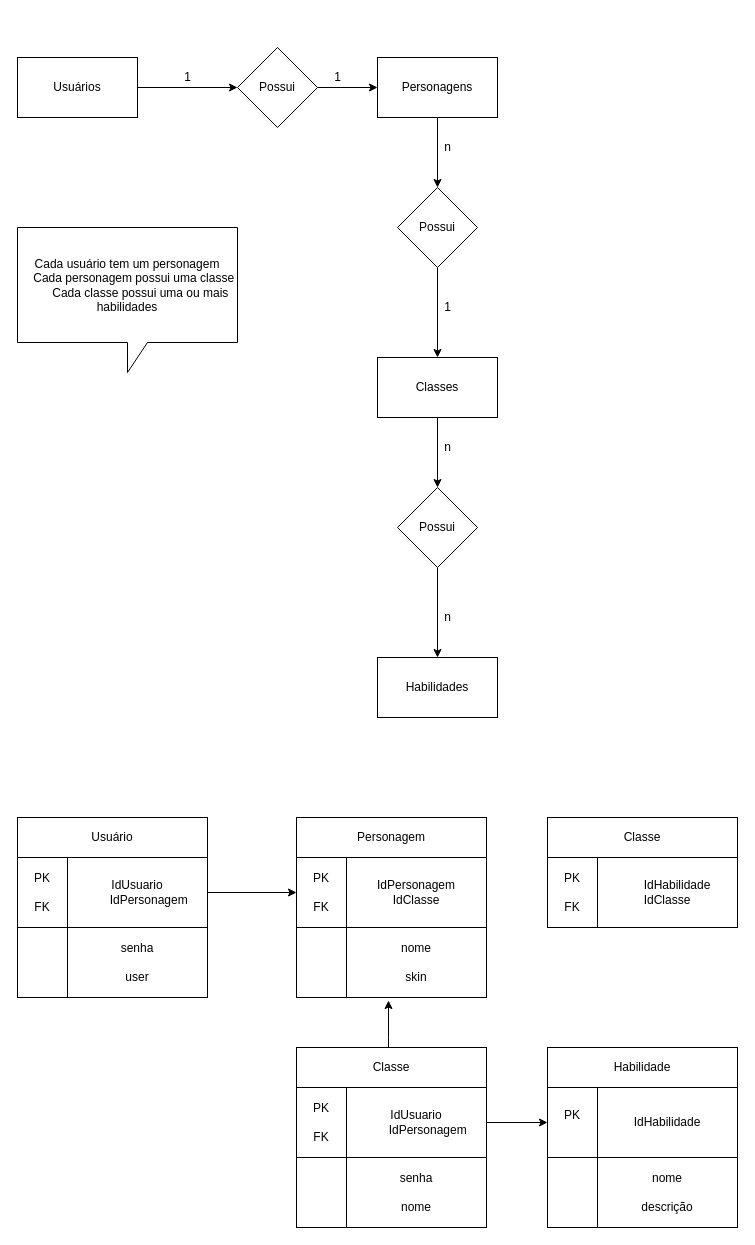
Earlier version of the draw.io diagram Diagrama sem nome.drawio (flaviogalante/trabalho-colaborativo-senai). Source tidied: cells renumbered, new cells numbered last; positions are measured from the earlier drawing's top-left corner, leaving out a move shared by most shapes. Both pictures are drawn from the tidied source at 100%, with x=0, y=0 at pixel (17, 47).
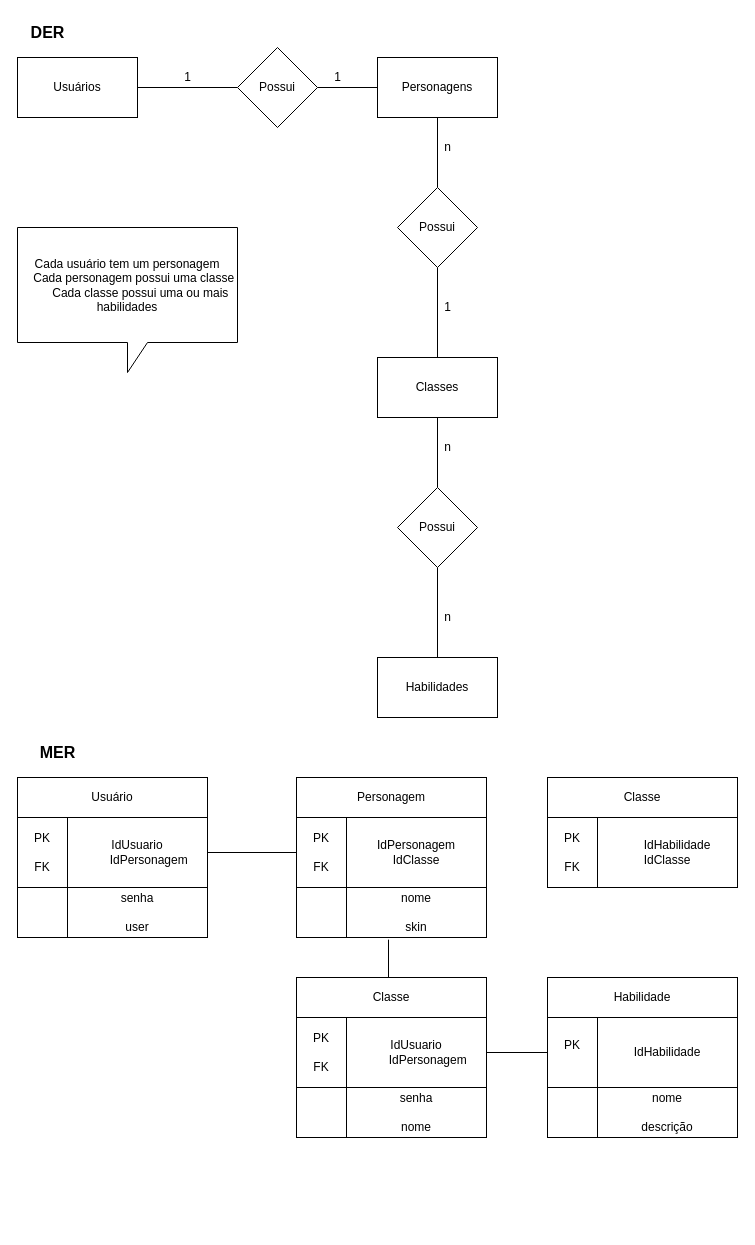
The same page after the edit.

Unchanged cells that the change refers to:
```xml
<mxCell id="3" value="Usuários" style="rounded=0;whiteSpace=wrap;html=1;" parent="1" vertex="1">
  <mxGeometry y="10" width="120" height="60" as="geometry" />
</mxCell>
<mxCell id="5" value="Possui" style="rhombus;whiteSpace=wrap;html=1;rounded=0;" parent="1" vertex="1">
  <mxGeometry x="220" width="80" height="80" as="geometry" />
</mxCell>
<mxCell id="7" value="Personagens" style="whiteSpace=wrap;html=1;rounded=0;" parent="1" vertex="1">
  <mxGeometry x="360" y="10" width="120" height="60" as="geometry" />
</mxCell>
<mxCell id="9" value="Possui" style="rhombus;whiteSpace=wrap;html=1;rounded=0;" parent="1" vertex="1">
  <mxGeometry x="380" y="140" width="80" height="80" as="geometry" />
</mxCell>
<mxCell id="11" value="Classes" style="whiteSpace=wrap;html=1;rounded=0;" parent="1" vertex="1">
  <mxGeometry x="360" y="310" width="120" height="60" as="geometry" />
</mxCell>
<mxCell id="13" value="Possui" style="rhombus;whiteSpace=wrap;html=1;rounded=0;" parent="1" vertex="1">
  <mxGeometry x="380" y="440" width="80" height="80" as="geometry" />
</mxCell>
<mxCell id="14" value="Habilidades" style="whiteSpace=wrap;html=1;rounded=0;" parent="1" vertex="1">
  <mxGeometry x="360" y="610" width="120" height="60" as="geometry" />
</mxCell>
```

What changed in the source:
```diff
@@
-    <mxCell id="2" style="edgeStyle=orthogonalEdgeStyle;rounded=0;jettySize=auto;html=1;" parent="1" edge="1" source="3" target="5">
+    <mxCell id="2" style="edgeStyle=orthogonalEdgeStyle;rounded=0;jettySize=auto;html=1;startArrow=none;startFill=0;endArrow=none;endFill=0;" parent="1" edge="1" source="3" target="5">
       <mxGeometry relative="1" as="geometry" />
     </mxCell>
@@
-    <mxCell id="4" style="edgeStyle=orthogonalEdgeStyle;rounded=0;jettySize=auto;html=1;" parent="1" edge="1" source="5" target="7">
+    <mxCell id="4" style="edgeStyle=orthogonalEdgeStyle;rounded=0;jettySize=auto;html=1;endArrow=none;endFill=0;" parent="1" edge="1" source="5" target="7">
       <mxGeometry relative="1" as="geometry" />
     </mxCell>
@@
-    <mxCell id="6" style="edgeStyle=orthogonalEdgeStyle;rounded=0;jettySize=auto;html=1;" parent="1" edge="1" source="7" target="9">
+    <mxCell id="6" style="edgeStyle=orthogonalEdgeStyle;rounded=0;jettySize=auto;html=1;endArrow=none;endFill=0;" parent="1" edge="1" source="7" target="9">
       <mxGeometry relative="1" as="geometry" />
     </mxCell>
@@
-    <mxCell id="8" style="edgeStyle=orthogonalEdgeStyle;rounded=0;jettySize=auto;html=1;" parent="1" edge="1" source="9" target="11">
+    <mxCell id="8" style="edgeStyle=orthogonalEdgeStyle;rounded=0;jettySize=auto;html=1;endArrow=none;endFill=0;" parent="1" edge="1" source="9" target="11">
       <mxGeometry relative="1" as="geometry" />
     </mxCell>
@@
-    <mxCell id="10" style="edgeStyle=orthogonalEdgeStyle;rounded=0;jettySize=auto;html=1;" parent="1" edge="1" source="11" target="13">
+    <mxCell id="10" style="edgeStyle=orthogonalEdgeStyle;rounded=0;jettySize=auto;html=1;endArrow=none;endFill=0;" parent="1" edge="1" source="11" target="13">
       <mxGeometry relative="1" as="geometry" />
     </mxCell>
@@
-    <mxCell id="12" style="edgeStyle=orthogonalEdgeStyle;rounded=0;jettySize=auto;html=1;" parent="1" edge="1" source="13" target="14">
+    <mxCell id="12" style="edgeStyle=orthogonalEdgeStyle;rounded=0;jettySize=auto;html=1;endArrow=none;endFill=0;" parent="1" edge="1" source="13" target="14">
       <mxGeometry relative="1" as="geometry" />
     </mxCell>
@@
     <mxCell id="22" value="Usuário" style="rounded=0;whiteSpace=wrap;html=1;" parent="1" vertex="1">
-      <mxGeometry y="770" width="190" height="40" as="geometry" />
+      <mxGeometry y="730" width="190" height="40" as="geometry" />
     </mxCell>
     <mxCell id="23" value="PK&lt;br&gt;&lt;br&gt;FK" style="rounded=0;whiteSpace=wrap;html=1;" parent="1" vertex="1">
-      <mxGeometry y="810" width="50" height="70" as="geometry" />
+      <mxGeometry y="770" width="50" height="70" as="geometry" />
     </mxCell>
-    <mxCell id="24" style="edgeStyle=orthogonalEdgeStyle;rounded=0;jettySize=auto;html=1;entryX=0;entryY=0.5;entryDx=0;entryDy=0;" parent="1" edge="1" source="25" target="29">
+    <mxCell id="24" style="edgeStyle=orthogonalEdgeStyle;rounded=0;jettySize=auto;html=1;entryX=0;entryY=0.5;entryDx=0;entryDy=0;endArrow=none;endFill=0;" parent="1" edge="1" source="25" target="29">
       <mxGeometry relative="1" as="geometry" />
     </mxCell>
     <mxCell id="25" value="IdUsuario&lt;br&gt;&amp;nbsp; &amp;nbsp; &amp;nbsp; &amp;nbsp;IdPersonagem" style="rounded=0;whiteSpace=wrap;html=1;" parent="1" vertex="1">
-      <mxGeometry x="50" y="810" width="140" height="70" as="geometry" />
+      <mxGeometry x="50" y="770" width="140" height="70" as="geometry" />
     </mxCell>
     <mxCell id="26" style="rounded=0;whiteSpace=wrap;html=1;" parent="1" vertex="1">
-      <mxGeometry y="880" width="50" height="70" as="geometry" />
+      <mxGeometry y="840" width="50" height="50" as="geometry" />
     </mxCell>
     <mxCell id="27" value="senha&lt;br&gt;&lt;br&gt;user" style="rounded=0;whiteSpace=wrap;html=1;" parent="1" vertex="1">
-      <mxGeometry x="50" y="880" width="140" height="70" as="geometry" />
+      <mxGeometry x="50" y="840" width="140" height="50" as="geometry" />
     </mxCell>
     <mxCell id="28" value="Personagem" style="rounded=0;whiteSpace=wrap;html=1;" parent="1" vertex="1">
-      <mxGeometry x="279" y="770" width="190" height="40" as="geometry" />
+      <mxGeometry x="279" y="730" width="190" height="40" as="geometry" />
     </mxCell>
     <mxCell id="29" value="PK&lt;br&gt;&lt;br&gt;FK" style="rounded=0;whiteSpace=wrap;html=1;" parent="1" vertex="1">
-      <mxGeometry x="279" y="810" width="50" height="70" as="geometry" />
+      <mxGeometry x="279" y="770" width="50" height="70" as="geometry" />
     </mxCell>
     <mxCell id="30" value="IdPersonagem&lt;br&gt;IdClasse" style="rounded=0;whiteSpace=wrap;html=1;" parent="1" vertex="1">
-      <mxGeometry x="329" y="810" width="140" height="70" as="geometry" />
+      <mxGeometry x="329" y="770" width="140" height="70" as="geometry" />
     </mxCell>
     <mxCell id="31" style="rounded=0;whiteSpace=wrap;html=1;" parent="1" vertex="1">
-      <mxGeometry x="279" y="880" width="50" height="70" as="geometry" />
+      <mxGeometry x="279" y="840" width="50" height="50" as="geometry" />
     </mxCell>
     <mxCell id="32" value="nome&lt;br&gt;&lt;br&gt;skin" style="rounded=0;whiteSpace=wrap;html=1;" parent="1" vertex="1">
-      <mxGeometry x="329" y="880" width="140" height="70" as="geometry" />
+      <mxGeometry x="329" y="840" width="140" height="50" as="geometry" />
     </mxCell>
-    <mxCell id="33" style="edgeStyle=orthogonalEdgeStyle;rounded=0;jettySize=auto;html=1;entryX=0.3;entryY=1.043;entryDx=0;entryDy=0;entryPerimeter=0;" parent="1" edge="1" source="34" target="32">
+    <mxCell id="33" style="edgeStyle=orthogonalEdgeStyle;rounded=0;jettySize=auto;html=1;entryX=0.3;entryY=1.043;entryDx=0;entryDy=0;entryPerimeter=0;endArrow=none;endFill=0;" parent="1" edge="1" source="34" target="32">
       <mxGeometry relative="1" as="geometry">
         <Array as="points">
-          <mxPoint x="371" y="990" />
-          <mxPoint x="371" y="990" />
+          <mxPoint x="371" y="950" />
+          <mxPoint x="371" y="950" />
         </Array>
       </mxGeometry>
     </mxCell>
     <mxCell id="34" value="Classe" style="rounded=0;whiteSpace=wrap;html=1;" parent="1" vertex="1">
-      <mxGeometry x="279" y="1000" width="190" height="40" as="geometry" />
+      <mxGeometry x="279" y="930" width="190" height="40" as="geometry" />
     </mxCell>
     <mxCell id="35" value="PK&lt;br&gt;&lt;br&gt;FK" style="rounded=0;whiteSpace=wrap;html=1;" parent="1" vertex="1">
-      <mxGeometry x="279" y="1040" width="50" height="70" as="geometry" />
+      <mxGeometry x="279" y="970" width="50" height="70" as="geometry" />
     </mxCell>
-    <mxCell id="36" style="edgeStyle=orthogonalEdgeStyle;rounded=0;jettySize=auto;html=1;entryX=0;entryY=0.5;entryDx=0;entryDy=0;" parent="1" edge="1" source="37" target="41">
+    <mxCell id="36" style="edgeStyle=orthogonalEdgeStyle;rounded=0;jettySize=auto;html=1;entryX=0;entryY=0.5;entryDx=0;entryDy=0;endArrow=none;endFill=0;" parent="1" edge="1" source="37" target="41">
       <mxGeometry relative="1" as="geometry" />
     </mxCell>
     <mxCell id="37" value="IdUsuario&lt;br&gt;&amp;nbsp; &amp;nbsp; &amp;nbsp; &amp;nbsp;IdPersonagem" style="rounded=0;whiteSpace=wrap;html=1;" parent="1" vertex="1">
-      <mxGeometry x="329" y="1040" width="140" height="70" as="geometry" />
+      <mxGeometry x="329" y="970" width="140" height="70" as="geometry" />
     </mxCell>
     <mxCell id="38" style="rounded=0;whiteSpace=wrap;html=1;" parent="1" vertex="1">
-      <mxGeometry x="279" y="1110" width="50" height="70" as="geometry" />
+      <mxGeometry x="279" y="1040" width="50" height="50" as="geometry" />
     </mxCell>
     <mxCell id="39" value="senha&lt;br&gt;&lt;br&gt;nome" style="rounded=0;whiteSpace=wrap;html=1;" parent="1" vertex="1">
-      <mxGeometry x="329" y="1110" width="140" height="70" as="geometry" />
+      <mxGeometry x="329" y="1040" width="140" height="50" as="geometry" />
     </mxCell>
     <mxCell id="40" value="Habilidade" style="rounded=0;whiteSpace=wrap;html=1;" parent="1" vertex="1">
-      <mxGeometry x="530" y="1000" width="190" height="40" as="geometry" />
+      <mxGeometry x="530" y="930" width="190" height="40" as="geometry" />
     </mxCell>
     <mxCell id="41" value="PK&lt;br&gt;&lt;br&gt;" style="rounded=0;whiteSpace=wrap;html=1;" parent="1" vertex="1">
-      <mxGeometry x="530" y="1040" width="50" height="70" as="geometry" />
+      <mxGeometry x="530" y="970" width="50" height="70" as="geometry" />
     </mxCell>
     <mxCell id="42" value="IdHabilidade" style="rounded=0;whiteSpace=wrap;html=1;" parent="1" vertex="1">
-      <mxGeometry x="580" y="1040" width="140" height="70" as="geometry" />
+      <mxGeometry x="580" y="970" width="140" height="70" as="geometry" />
     </mxCell>
     <mxCell id="43" style="rounded=0;whiteSpace=wrap;html=1;" parent="1" vertex="1">
-      <mxGeometry x="530" y="1110" width="50" height="70" as="geometry" />
+      <mxGeometry x="530" y="1040" width="50" height="50" as="geometry" />
     </mxCell>
     <mxCell id="44" value="nome&lt;br&gt;&lt;br&gt;descrição" style="rounded=0;whiteSpace=wrap;html=1;" parent="1" vertex="1">
-      <mxGeometry x="580" y="1110" width="140" height="70" as="geometry" />
+      <mxGeometry x="580" y="1040" width="140" height="50" as="geometry" />
     </mxCell>
     <mxCell id="45" value="Classe" style="rounded=0;whiteSpace=wrap;html=1;" parent="1" vertex="1">
-      <mxGeometry x="530" y="770" width="190" height="40" as="geometry" />
+      <mxGeometry x="530" y="730" width="190" height="40" as="geometry" />
     </mxCell>
     <mxCell id="46" value="PK&lt;br&gt;&lt;br&gt;FK" style="rounded=0;whiteSpace=wrap;html=1;" parent="1" vertex="1">
-      <mxGeometry x="530" y="810" width="50" height="70" as="geometry" />
+      <mxGeometry x="530" y="770" width="50" height="70" as="geometry" />
     </mxCell>
     <mxCell id="47" value="&amp;nbsp; &amp;nbsp; &amp;nbsp; IdHabilidade&lt;br&gt;IdClasse" style="rounded=0;whiteSpace=wrap;html=1;" parent="1" vertex="1">
-      <mxGeometry x="580" y="810" width="140" height="70" as="geometry" />
+      <mxGeometry x="580" y="770" width="140" height="70" as="geometry" />
     </mxCell>
+    <mxCell id="48" value="&lt;b&gt;&lt;font style=&quot;font-size: 16px;&quot;&gt;DER&lt;/font&gt;&lt;/b&gt;" style="text;html=1;align=center;verticalAlign=middle;strokeColor=none;fillColor=none;" parent="1" vertex="1">
+      <mxGeometry y="-30" width="60" height="30" as="geometry" />
+    </mxCell>
+    <mxCell id="49" value="&lt;b&gt;&lt;font style=&quot;font-size: 16px;&quot;&gt;MER&lt;/font&gt;&lt;/b&gt;" style="text;html=1;align=center;verticalAlign=middle;strokeColor=none;fillColor=none;" parent="1" vertex="1">
+      <mxGeometry x="10" y="690" width="60" height="30" as="geometry" />
+    </mxCell>
```
